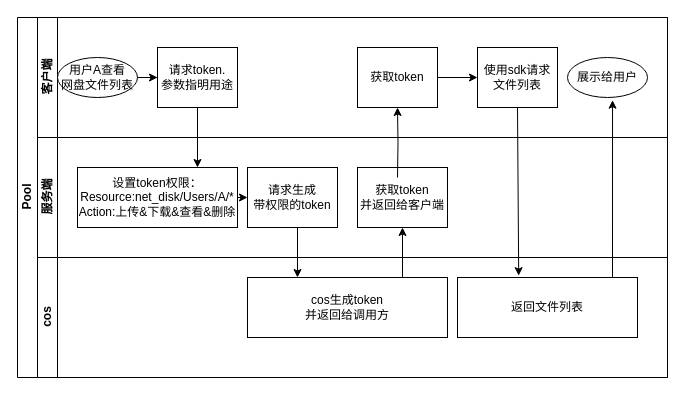
Earlier version of the draw.io diagram 服务端签发token-泳道图.drawio (logxxx/Something). Source tidied: cells renumbered, new cells numbered last; positions are measured from the earlier drawing's top-left corner, leaving out a move shared by most shapes. Both pictures are drawn from the tidied source at 100%, with x=0, y=0 at pixel (17, 17).
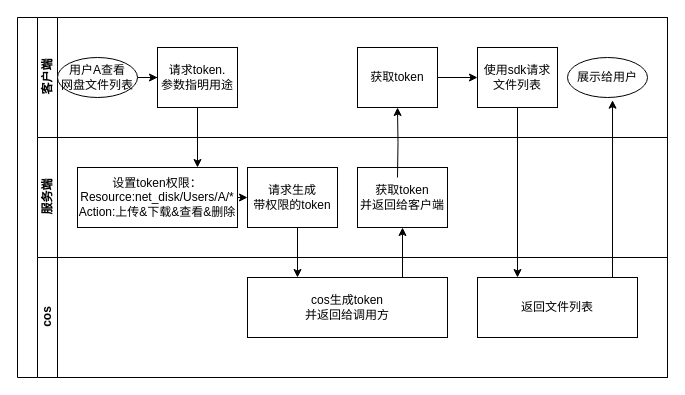
After the change.

Commit message (it also covers changes not shown here):
更新服务端签发token-泳道图.drawio

The change refers to these unchanged cells:
```xml
<mxCell id="8" value="使用sdk请求&lt;br&gt;文件列表" style="rounded=0;whiteSpace=wrap;html=1;fontFamily=Helvetica;fontSize=12;fontColor=#000000;align=center;" parent="3" vertex="1">
  <mxGeometry x="440" y="30" width="80" height="60" as="geometry" />
</mxCell>
<mxCell id="20" value="cos" style="swimlane;html=1;startSize=20;horizontal=0;" parent="2" vertex="1">
  <mxGeometry x="20" y="240" width="630" height="120" as="geometry" />
</mxCell>
```

Diff of the diagram source:
```diff
@@
-    <mxCell id="2" value="Pool" style="swimlane;html=1;horizontal=0;startSize=20;" parent="1" vertex="1">
+    <mxCell id="2" style="swimlane;html=1;horizontal=0;startSize=20;" parent="1" vertex="1">
       <mxGeometry width="650" height="360" as="geometry" />
     </mxCell>
@@
-    <mxCell id="19" style="endArrow=classic;html=1;exitX=0.5;exitY=1;exitDx=0;exitDy=0;entryX=0.34;entryY=-0.031;entryDx=0;entryDy=0;entryPerimeter=0;" parent="2" edge="1" source="8" target="22">
+    <mxCell id="19" style="endArrow=classic;html=1;exitX=0.5;exitY=1;exitDx=0;exitDy=0;entryX=0.25;entryY=0;entryDx=0;entryDy=0;" parent="2" edge="1" source="8" target="22">
       <mxGeometry relative="1" as="geometry" />
     </mxCell>
@@
     <mxCell id="22" value="返回文件列表" style="rounded=0;whiteSpace=wrap;html=1;fontFamily=Helvetica;fontSize=12;fontColor=#000000;align=center;" parent="20" vertex="1">
-      <mxGeometry x="420" y="20" width="180" height="60" as="geometry" />
+      <mxGeometry x="440" y="20" width="160" height="60" as="geometry" />
     </mxCell>
```
